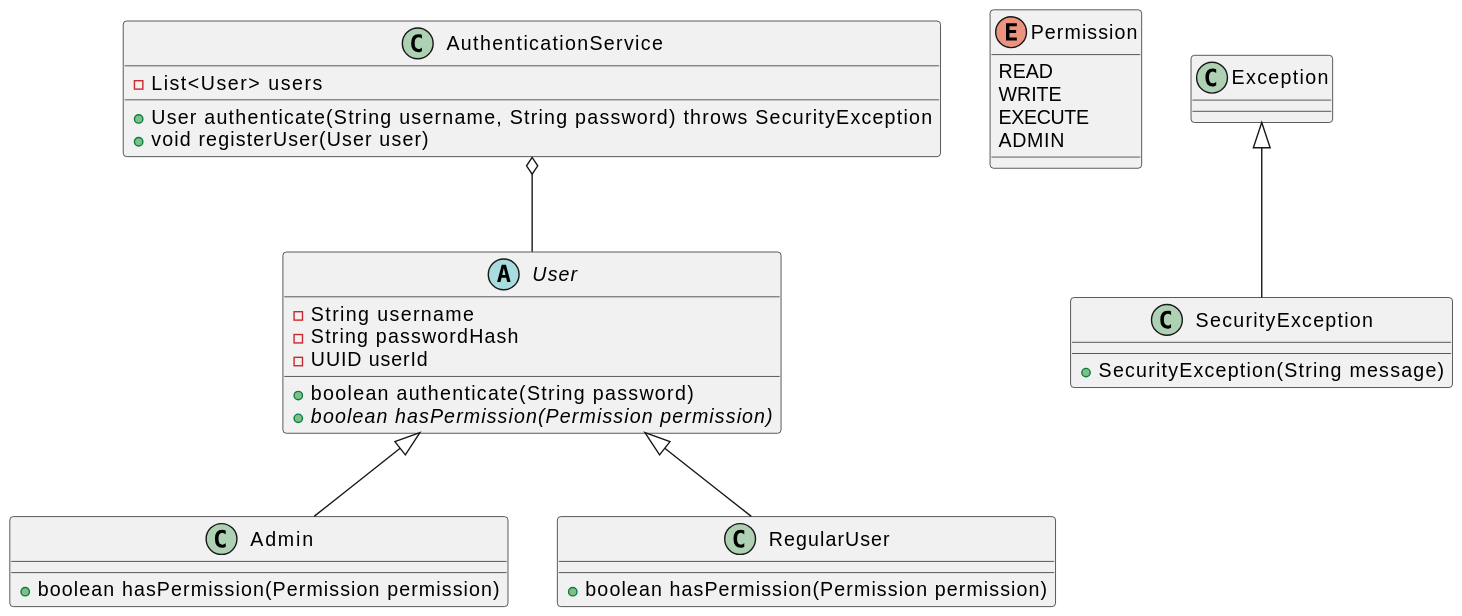
Earlier version of the PlantUML export authentification/authentification.svg (alainlebret/exercices-java). Its diagram source:
```plantuml
@startuml
abstract class User {
  -String username
  -String passwordHash
  -UUID userId
  +boolean authenticate(String password)
  +{abstract} boolean hasPermission(Permission permission)
}

class Admin extends User {
  +boolean hasPermission(Permission permission)
}

class RegularUser extends User {
  +boolean hasPermission(Permission permission)
}

class AuthenticationService {
  -List<User> users
  +User authenticate(String username, String password) throws SecurityException
  +void registerUser(User user)
}

enum Permission {
  READ
  WRITE
  EXECUTE
  ADMIN
}

class SecurityException extends Exception {
  +SecurityException(String message)
}

AuthenticationService o-- User
@enduml
```
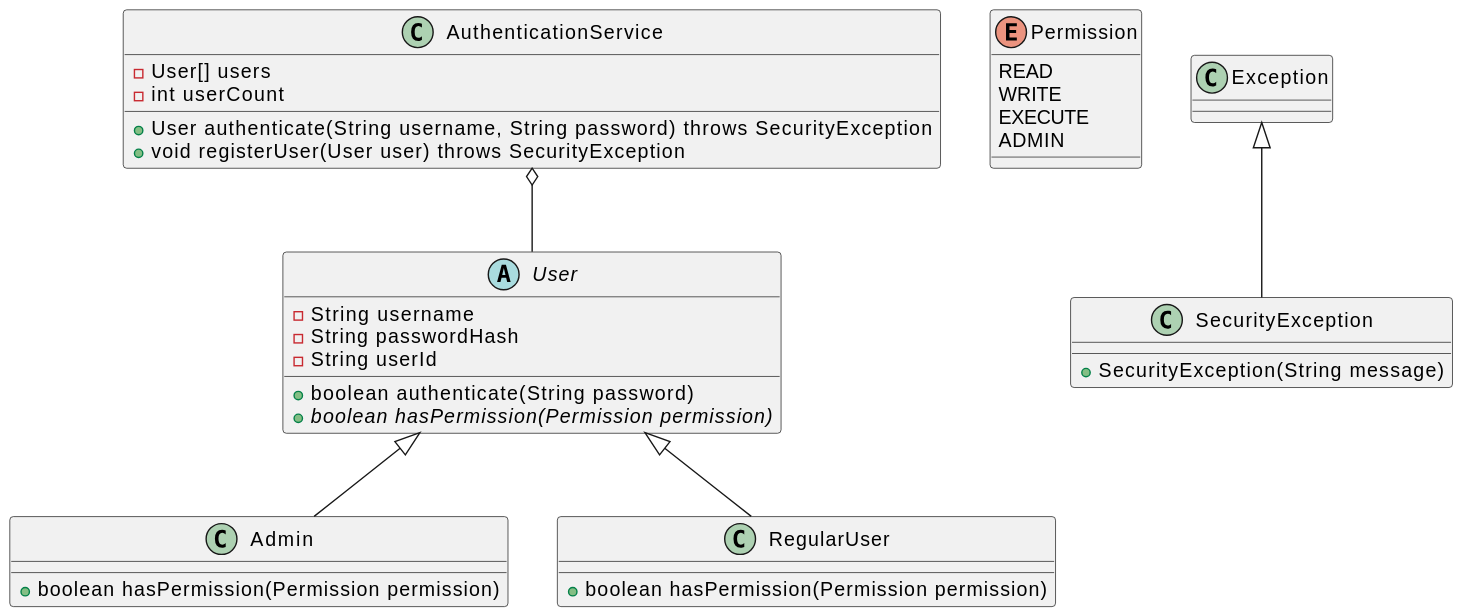
After the change.

Diff of the diagram source:
```diff
@@ -2,7 +2,7 @@
 abstract class User {
   -String username
   -String passwordHash
-  -UUID userId
+  -String userId
   +boolean authenticate(String password)
   +{abstract} boolean hasPermission(Permission permission)
 }
@@ -16,9 +16,10 @@
 }
 
 class AuthenticationService {
-  -List<User> users
+  -User[] users
+  -int userCount
   +User authenticate(String username, String password) throws SecurityException
-  +void registerUser(User user)
+  +void registerUser(User user) throws SecurityException
 }
 
 enum Permission {
```
